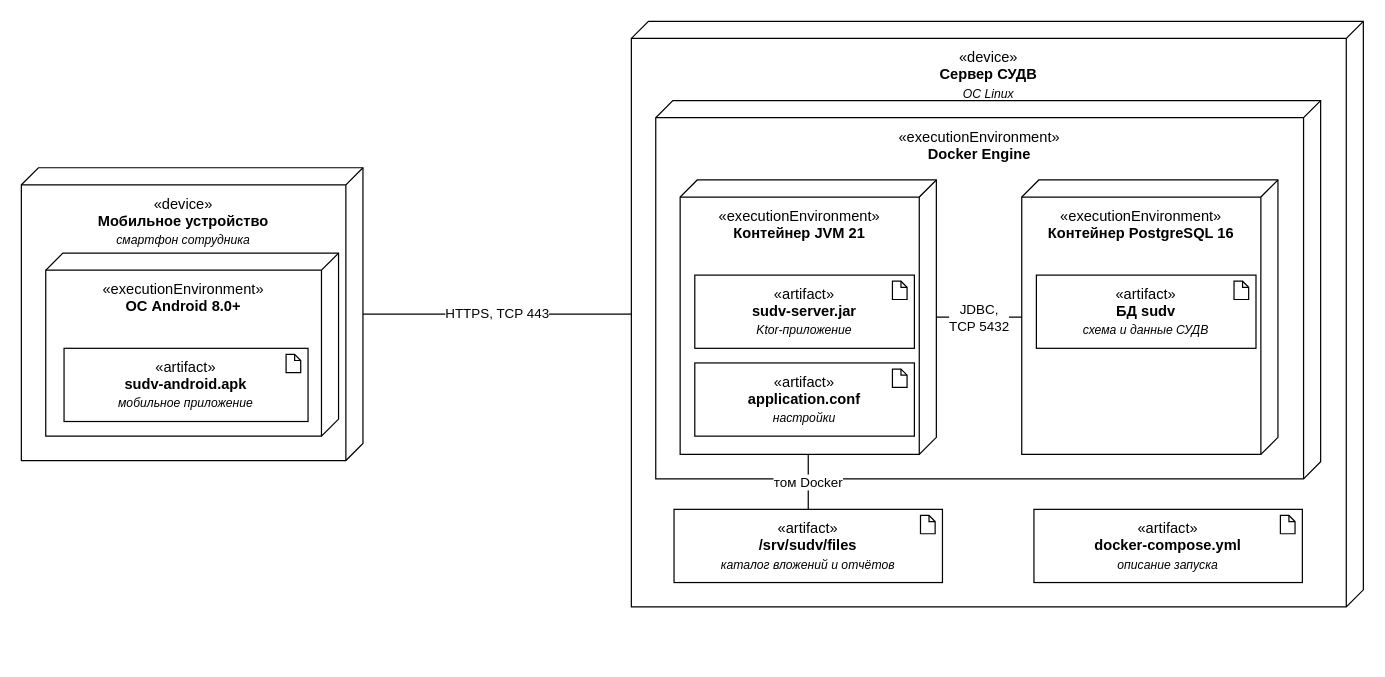
This is page "15_deployment" (5 of 5) of docs/diagrams/practices_6-7.drawio from HayKor/io-kursach, a draw.io file, before an edit. Source tidied: cells renumbered, new cells numbered last; positions are measured from the earlier drawing's top-left corner, leaving out a move shared by most shapes. Both pictures are drawn from the tidied source at 122%, with x=0, y=0 at pixel (21, 21).
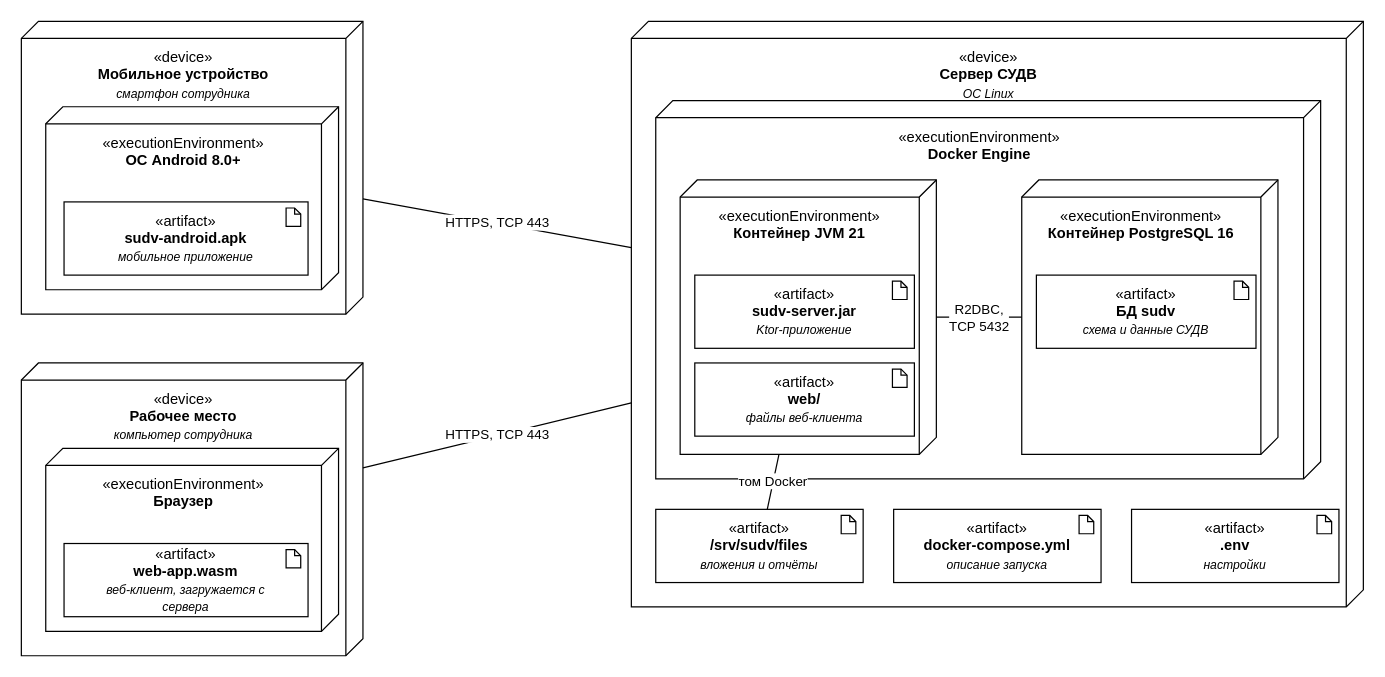
After the change.

The change refers to these unchanged cells:
```xml
<mxCell id="6" value="«device»&lt;br&gt;&lt;b&gt;Сервер СУДВ&lt;/b&gt;&lt;br&gt;&lt;i&gt;&lt;font style=&quot;font-size: 10px;&quot;&gt;ОС Linux&lt;/font&gt;&lt;/i&gt;" style="shape=cube;size=14;direction=south;html=1;whiteSpace=wrap;boundedLbl=1;verticalAlign=top;spacingTop=2;fontSize=12;fontFamily=Arial;fillColor=#FFFFFF;strokeColor=#000000;" parent="1" vertex="1">
  <mxGeometry x="500" width="600" height="480" as="geometry" />
</mxCell>
<mxCell id="8" value="«executionEnvironment»&lt;br&gt;&lt;b&gt;Контейнер JVM 21&lt;/b&gt;" style="shape=cube;size=14;direction=south;html=1;whiteSpace=wrap;boundedLbl=1;verticalAlign=top;spacingTop=2;fontSize=12;fontFamily=Arial;fillColor=#FFFFFF;strokeColor=#000000;" parent="7" vertex="1">
  <mxGeometry x="20" y="65" width="210" height="225" as="geometry" />
</mxCell>
<mxCell id="13" value="«executionEnvironment»&lt;br&gt;&lt;b&gt;Контейнер PostgreSQL 16&lt;/b&gt;" style="shape=cube;size=14;direction=south;html=1;whiteSpace=wrap;boundedLbl=1;verticalAlign=top;spacingTop=2;fontSize=12;fontFamily=Arial;fillColor=#FFFFFF;strokeColor=#000000;" parent="7" vertex="1">
  <mxGeometry x="300" y="65" width="210" height="225" as="geometry" />
</mxCell>
```

What changed in the source:
```diff
@@
     <mxCell id="2" value="«device»&lt;br&gt;&lt;b&gt;Мобильное устройство&lt;/b&gt;&lt;br&gt;&lt;i&gt;&lt;font style=&quot;font-size: 10px;&quot;&gt;смартфон сотрудника&lt;/font&gt;&lt;/i&gt;" style="shape=cube;size=14;direction=south;html=1;whiteSpace=wrap;boundedLbl=1;verticalAlign=top;spacingTop=2;fontSize=12;fontFamily=Arial;fillColor=#FFFFFF;strokeColor=#000000;" parent="1" vertex="1">
-      <mxGeometry y="120" width="280" height="240" as="geometry" />
+      <mxGeometry width="280" height="240" as="geometry" />
     </mxCell>
@@
-    <mxCell id="11" value="«artifact»&lt;br&gt;&lt;b&gt;application.conf&lt;/b&gt;&lt;br&gt;&lt;i&gt;&lt;font style=&quot;font-size: 10px;&quot;&gt;настройки&lt;/font&gt;&lt;/i&gt;" style="html=1;whiteSpace=wrap;fontSize=12;fontFamily=Arial;fillColor=#FFFFFF;strokeColor=#000000;spacingRight=16;spacingLeft=16;" parent="8" vertex="1">
+    <mxCell id="11" value="«artifact»&lt;br&gt;&lt;b&gt;web/&lt;/b&gt;&lt;br&gt;&lt;i&gt;&lt;font style=&quot;font-size: 10px;&quot;&gt;файлы веб-клиента&lt;/font&gt;&lt;/i&gt;" style="html=1;whiteSpace=wrap;fontSize=12;fontFamily=Arial;fillColor=#FFFFFF;strokeColor=#000000;spacingRight=16;spacingLeft=16;" parent="8" vertex="1">
       <mxGeometry x="12" y="150" width="180" height="60" as="geometry" />
     </mxCell>
@@
-    <mxCell id="16" value="«artifact»&lt;br&gt;&lt;b&gt;/srv/sudv/files&lt;/b&gt;&lt;br&gt;&lt;i&gt;&lt;font style=&quot;font-size: 10px;&quot;&gt;каталог вложений и отчётов&lt;/font&gt;&lt;/i&gt;" style="html=1;whiteSpace=wrap;fontSize=12;fontFamily=Arial;fillColor=#FFFFFF;strokeColor=#000000;spacingRight=16;spacingLeft=16;" parent="6" vertex="1">
-      <mxGeometry x="35" y="400" width="220" height="60" as="geometry" />
+    <mxCell id="16" value="«artifact»&lt;br&gt;&lt;b&gt;/srv/sudv/files&lt;/b&gt;&lt;br&gt;&lt;i&gt;&lt;font style=&quot;font-size: 10px;&quot;&gt;вложения и отчёты&lt;/font&gt;&lt;/i&gt;" style="html=1;whiteSpace=wrap;fontSize=12;fontFamily=Arial;fillColor=#FFFFFF;strokeColor=#000000;spacingRight=16;spacingLeft=16;" parent="6" vertex="1">
+      <mxGeometry x="20" y="400" width="170" height="60" as="geometry" />
     </mxCell>
     <mxCell id="17" style="shape=note;size=5;html=1;fillColor=#FFFFFF;" parent="16" vertex="1">
-      <mxGeometry x="202" y="5" width="12" height="15" as="geometry" />
+      <mxGeometry x="152" y="5" width="12" height="15" as="geometry" />
     </mxCell>
     <mxCell id="18" value="«artifact»&lt;br&gt;&lt;b&gt;docker-compose.yml&lt;/b&gt;&lt;br&gt;&lt;i&gt;&lt;font style=&quot;font-size: 10px;&quot;&gt;описание запуска&lt;/font&gt;&lt;/i&gt;" style="html=1;whiteSpace=wrap;fontSize=12;fontFamily=Arial;fillColor=#FFFFFF;strokeColor=#000000;spacingRight=16;spacingLeft=16;" parent="6" vertex="1">
-      <mxGeometry x="330" y="400" width="220" height="60" as="geometry" />
+      <mxGeometry x="215" y="400" width="170" height="60" as="geometry" />
     </mxCell>
     <mxCell id="19" style="shape=note;size=5;html=1;fillColor=#FFFFFF;" parent="18" vertex="1">
-      <mxGeometry x="202" y="5" width="12" height="15" as="geometry" />
+      <mxGeometry x="152" y="5" width="12" height="15" as="geometry" />
     </mxCell>
@@
-    <mxCell id="21" value="JDBC,&lt;br&gt;TCP 5432" style="endArrow=none;html=1;rounded=0;fontSize=11;fontFamily=Arial;labelBackgroundColor=#FFFFFF;" parent="1" edge="1" source="8" target="13">
+    <mxCell id="21" value="R2DBC,&lt;br&gt;TCP 5432" style="endArrow=none;html=1;rounded=0;fontSize=11;fontFamily=Arial;labelBackgroundColor=#FFFFFF;" parent="1" edge="1" source="8" target="13">
       <mxGeometry relative="1" as="geometry" />
     </mxCell>
@@
+    <mxCell id="23" value="«device»&lt;br&gt;&lt;b&gt;Рабочее место&lt;/b&gt;&lt;br&gt;&lt;i&gt;&lt;font style=&quot;font-size: 10px;&quot;&gt;компьютер сотрудника&lt;/font&gt;&lt;/i&gt;" style="shape=cube;size=14;direction=south;html=1;whiteSpace=wrap;boundedLbl=1;verticalAlign=top;spacingTop=2;fontSize=12;fontFamily=Arial;fillColor=#FFFFFF;strokeColor=#000000;" parent="1" vertex="1">
+      <mxGeometry y="280" width="280" height="240" as="geometry" />
+    </mxCell>
+    <mxCell id="24" value="«executionEnvironment»&lt;br&gt;&lt;b&gt;Браузер&lt;/b&gt;" style="shape=cube;size=14;direction=south;html=1;whiteSpace=wrap;boundedLbl=1;verticalAlign=top;spacingTop=2;fontSize=12;fontFamily=Arial;fillColor=#FFFFFF;strokeColor=#000000;" parent="23" vertex="1">
+      <mxGeometry x="20" y="70" width="240" height="150" as="geometry" />
+    </mxCell>
+    <mxCell id="25" value="«artifact»&lt;br&gt;&lt;b&gt;web-app.wasm&lt;/b&gt;&lt;br&gt;&lt;i&gt;&lt;font style=&quot;font-size: 10px;&quot;&gt;веб-клиент, загружается с сервера&lt;/font&gt;&lt;/i&gt;" style="html=1;whiteSpace=wrap;fontSize=12;fontFamily=Arial;fillColor=#FFFFFF;strokeColor=#000000;spacingRight=16;spacingLeft=16;" parent="24" vertex="1">
+      <mxGeometry x="15" y="78" width="200" height="60" as="geometry" />
+    </mxCell>
+    <mxCell id="26" style="shape=note;size=5;html=1;fillColor=#FFFFFF;" parent="25" vertex="1">
+      <mxGeometry x="182" y="5" width="12" height="15" as="geometry" />
+    </mxCell>
+    <mxCell id="27" value="«artifact»&lt;br&gt;&lt;b&gt;.env&lt;/b&gt;&lt;br&gt;&lt;i&gt;&lt;font style=&quot;font-size: 10px;&quot;&gt;настройки&lt;/font&gt;&lt;/i&gt;" style="html=1;whiteSpace=wrap;fontSize=12;fontFamily=Arial;fillColor=#FFFFFF;strokeColor=#000000;spacingRight=16;spacingLeft=16;" parent="6" vertex="1">
+      <mxGeometry x="410" y="400" width="170" height="60" as="geometry" />
+    </mxCell>
+    <mxCell id="28" style="shape=note;size=5;html=1;fillColor=#FFFFFF;" parent="27" vertex="1">
+      <mxGeometry x="152" y="5" width="12" height="15" as="geometry" />
+    </mxCell>
+    <mxCell id="29" value="HTTPS, TCP 443" style="endArrow=none;html=1;rounded=0;fontSize=11;fontFamily=Arial;labelBackgroundColor=#FFFFFF;" parent="1" edge="1" source="23" target="6">
+      <mxGeometry relative="1" as="geometry" />
+    </mxCell>
```
